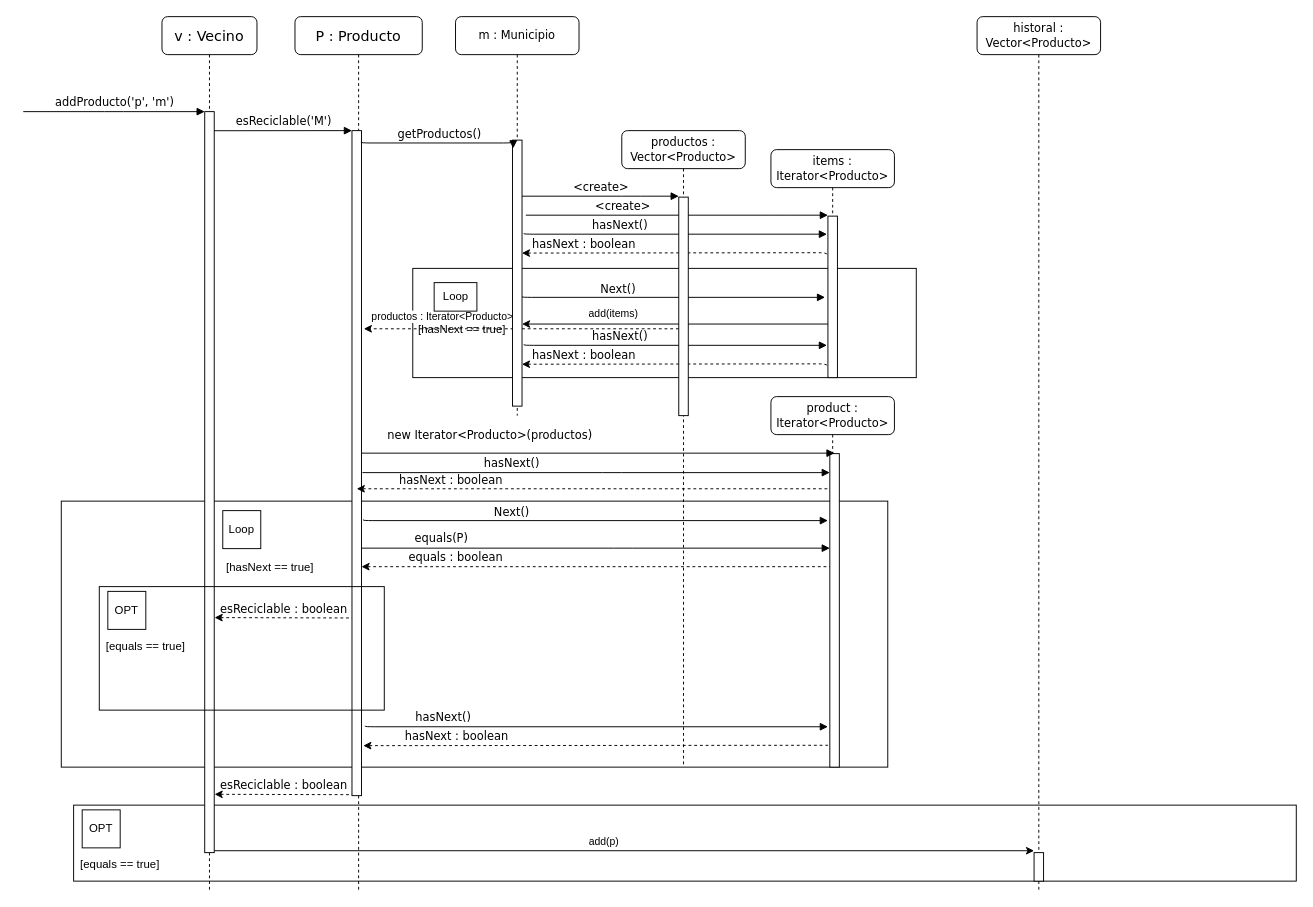
The draw.io diagram Viejo/Diagramas de Secuencia/Diagrama de Secuencia addProducto.drawio in mmenchon/Trabajo-Especial-2019, before the edit. Source tidied: cells renumbered, new cells numbered last; positions are measured from the earlier drawing's top-left corner, leaving out a move shared by most shapes. Both pictures are drawn from the tidied source at 95%, with x=0, y=0 at pixel (23, 16).
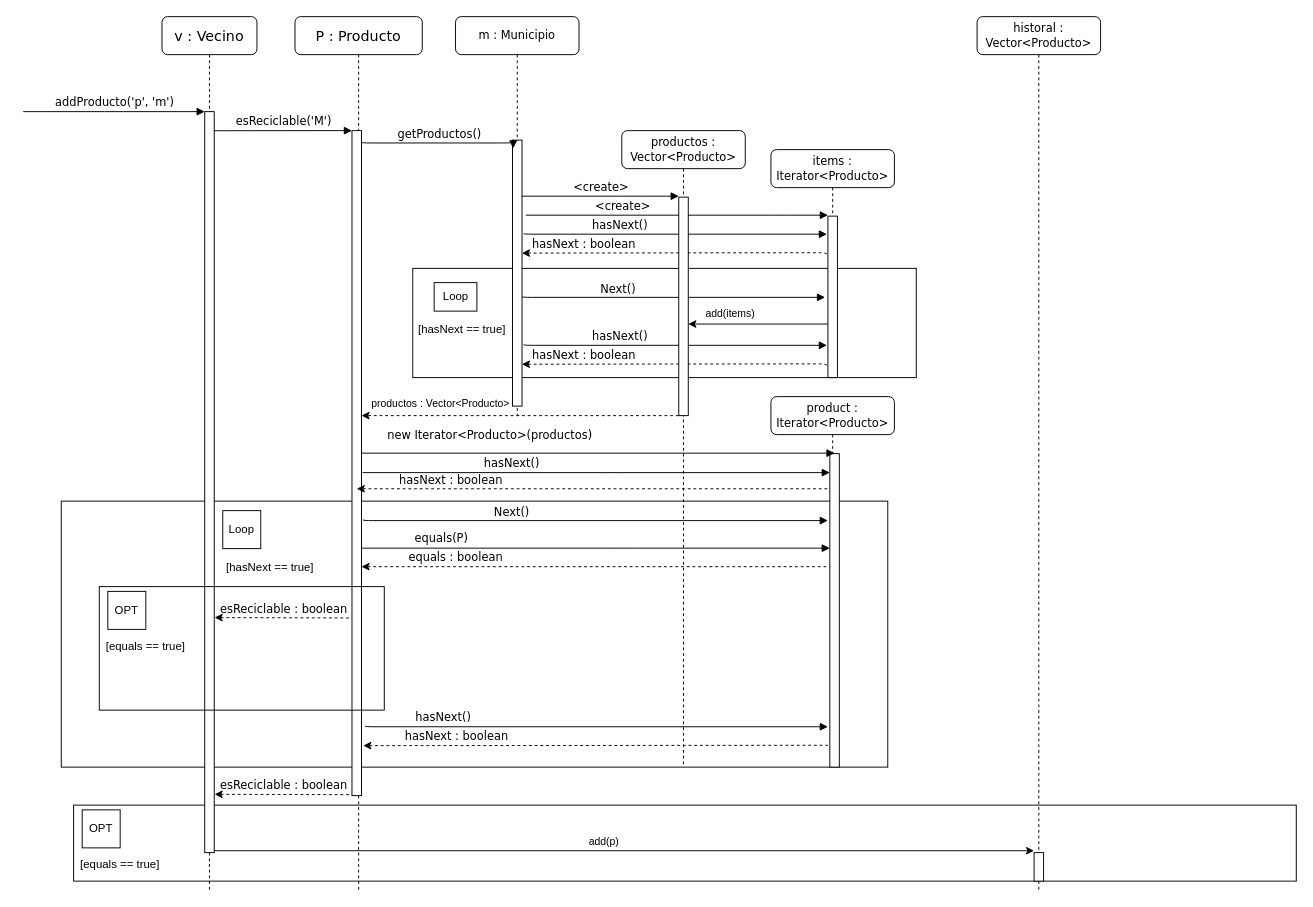
Above is the later version.

Commit message:
Update Diagrama de Secuencia addProducto

Unchanged cells that the change refers to:
```xml
<mxCell id="15" style="html=1;points=[];perimeter=orthogonalPerimeter;rounded=0;shadow=0;comic=0;labelBackgroundColor=none;strokeColor=#000000;strokeWidth=1;fillColor=#FFFFFF;fontFamily=Verdana;fontSize=12;fontColor=#000000;align=center;" parent="14" vertex="1">
  <mxGeometry x="60" y="120" width="10" height="700" as="geometry" />
</mxCell>
<mxCell id="28" style="html=1;points=[];perimeter=orthogonalPerimeter;rounded=0;shadow=0;comic=0;labelBackgroundColor=none;strokeColor=#000000;strokeWidth=1;fillColor=#FFFFFF;fontFamily=Verdana;fontSize=12;fontColor=#000000;align=center;" parent="27" vertex="1">
  <mxGeometry x="60" y="70" width="10" height="230" as="geometry" />
</mxCell>
```

The edit, as a diff of the source:
```diff
@@
-    <mxCell id="6" value="productos : Iterator&amp;lt;Producto&amp;gt;&lt;br&gt;" style="endArrow=classic;html=1;dashed=1;entryX=1.247;entryY=0.298;entryDx=0;entryDy=0;entryPerimeter=0;" parent="1" edge="1" source="28" target="15">
-      <mxGeometry x="0.5" y="-13" relative="1" as="geometry" />
+    <mxCell id="6" value="productos : Vector&amp;lt;Producto&amp;gt;&lt;br&gt;" style="endArrow=classic;html=1;dashed=1;" parent="1" edge="1" source="28" target="15">
+      <mxGeometry x="0.5" y="-13" relative="1" as="geometry">
+        <Array as="points">
+          <mxPoint x="560" y="420" />
+        </Array>
+      </mxGeometry>
     </mxCell>
@@
-    <mxCell id="8" value="add(items)" style="endArrow=classic;html=1;exitX=0.2;exitY=0.317;exitDx=0;exitDy=0;exitPerimeter=0;" parent="1" edge="1">
+    <mxCell id="8" value="add(items)" style="endArrow=classic;html=1;exitX=0.2;exitY=0.317;exitDx=0;exitDy=0;exitPerimeter=0;" parent="1" edge="1" target="28">
       <mxGeometry x="0.41" y="-11" relative="1" as="geometry">
         <mxPoint x="849.1" y="323.6" as="sourcePoint" />
-        <mxPoint x="525" y="323.6" as="targetPoint" />
       </mxGeometry>
     </mxCell>
```
